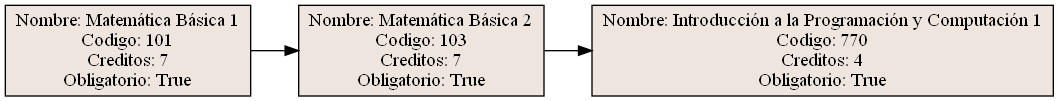
The Graphviz diagram EDD_SmartClass_201901907_/Fase3/GrafoPre.png in Byron-Estuardo/EDD_SmartClass_201901907, before a commit. Its source is kept beside it as EDD_SmartClass_201901907_/Fase3/GrafoPre.dot. Source of this version:
```dot
digraph {
rankdir="LR"
node[shape = "box", style=filled, fillcolor=seashell2]
n101[label= "Nombre: Matemática Básica 1
Codigo: 101
Creditos: 7
Obligatorio: True"];
n103[label= "Nombre: Matemática Básica 2
Codigo: 103
Creditos: 7
Obligatorio: True"];
n101->n103
n770[label= "Nombre: Introducción a la Programación y Computación 1
Codigo: 770
Creditos: 4
Obligatorio: True"];
n103->n770
}
```
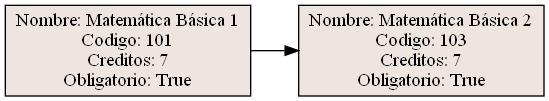
After the change.

What changed in the source:
```diff
@@ -10,9 +10,4 @@
 Creditos: 7
 Obligatorio: True"];
 n101->n103
-n770[label= "Nombre: Introducción a la Programación y Computación 1
-Codigo: 770
-Creditos: 4
-Obligatorio: True"];
-n103->n770
 }
```
